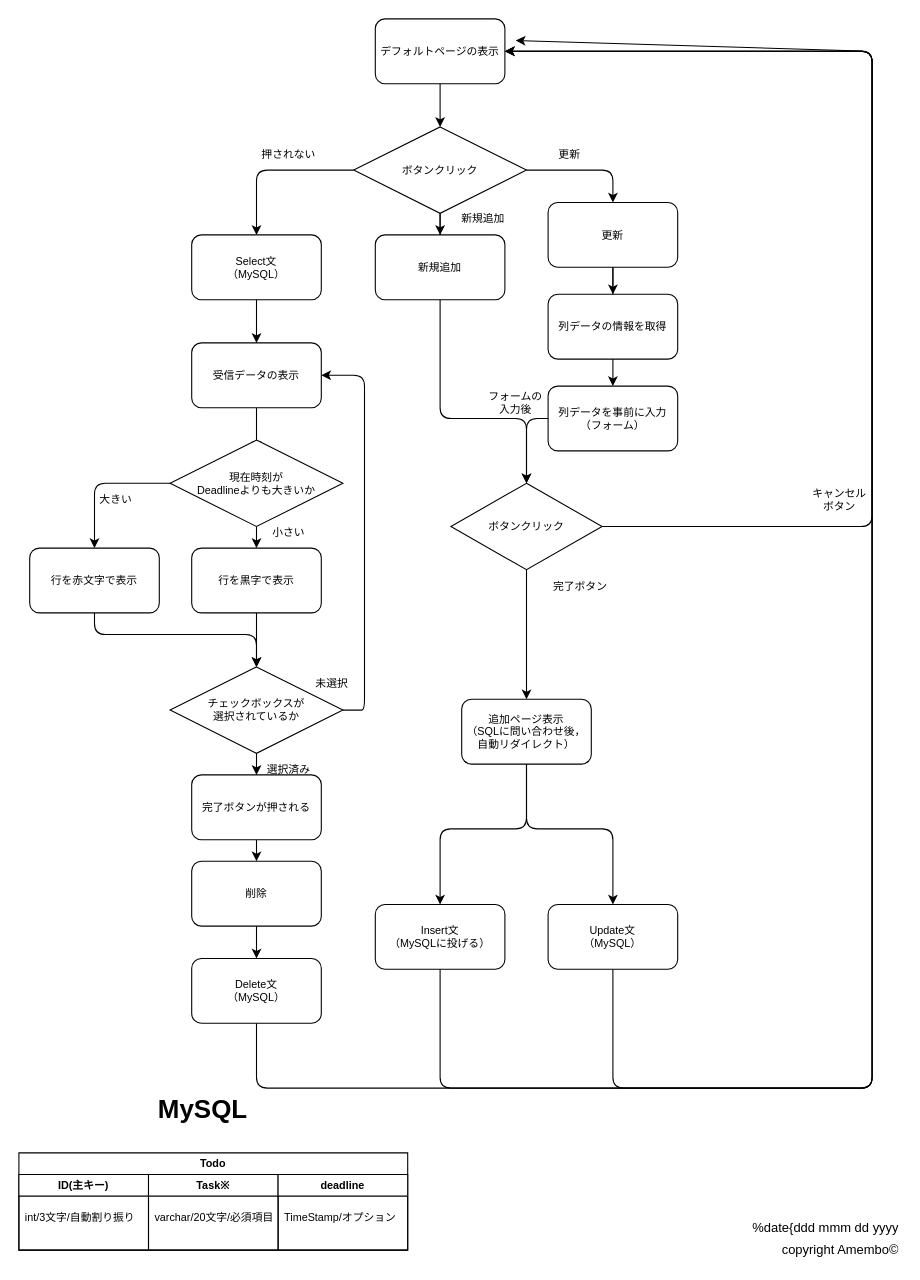
Before: img/flowchart.dio in Amenbo1219/ToDOlist, a draw.io diagram. Source tidied: cells renumbered, new cells numbered last; positions are measured from the earlier drawing's top-left corner, leaving out a move shared by most shapes. Both pictures are drawn from the tidied source at 108%, with x=0, y=0 at pixel (18, 18).
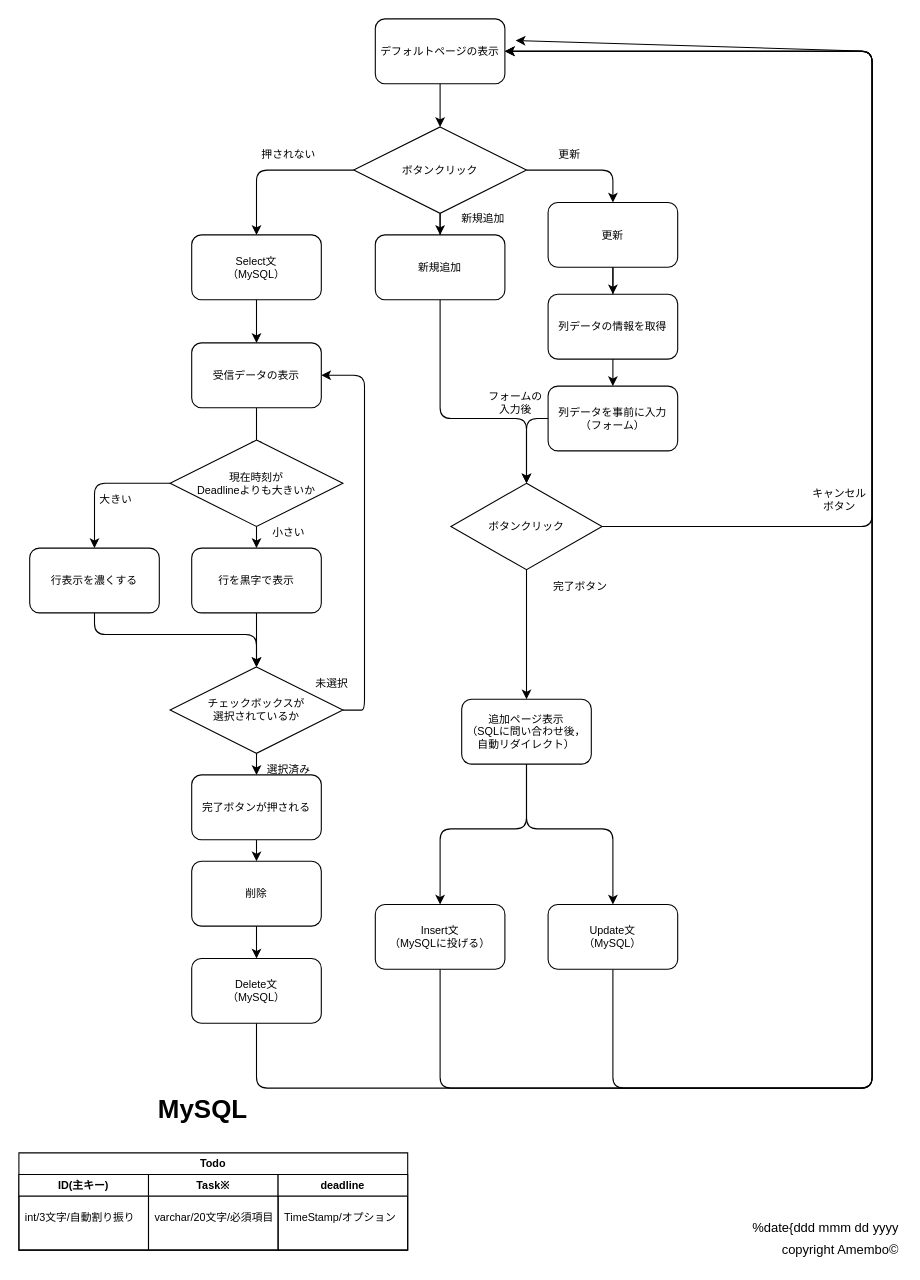
After the change.

The edit, as a diff of the source:
```diff
@@
-<mxGraphModel>
+<mxGraphModel background="#ffffff">
@@
-    <mxCell id="41" value="行を赤文字で表示" style="rounded=1;whiteSpace=wrap;html=1;fontFamily=Helvetica;fontSize=10;" parent="1" vertex="1">
+    <mxCell id="41" value="行表示を濃くする" style="rounded=1;whiteSpace=wrap;html=1;fontFamily=Helvetica;fontSize=10;" parent="1" vertex="1">
       <mxGeometry x="10" y="490" width="120" height="60" as="geometry" />
     </mxCell>
```
